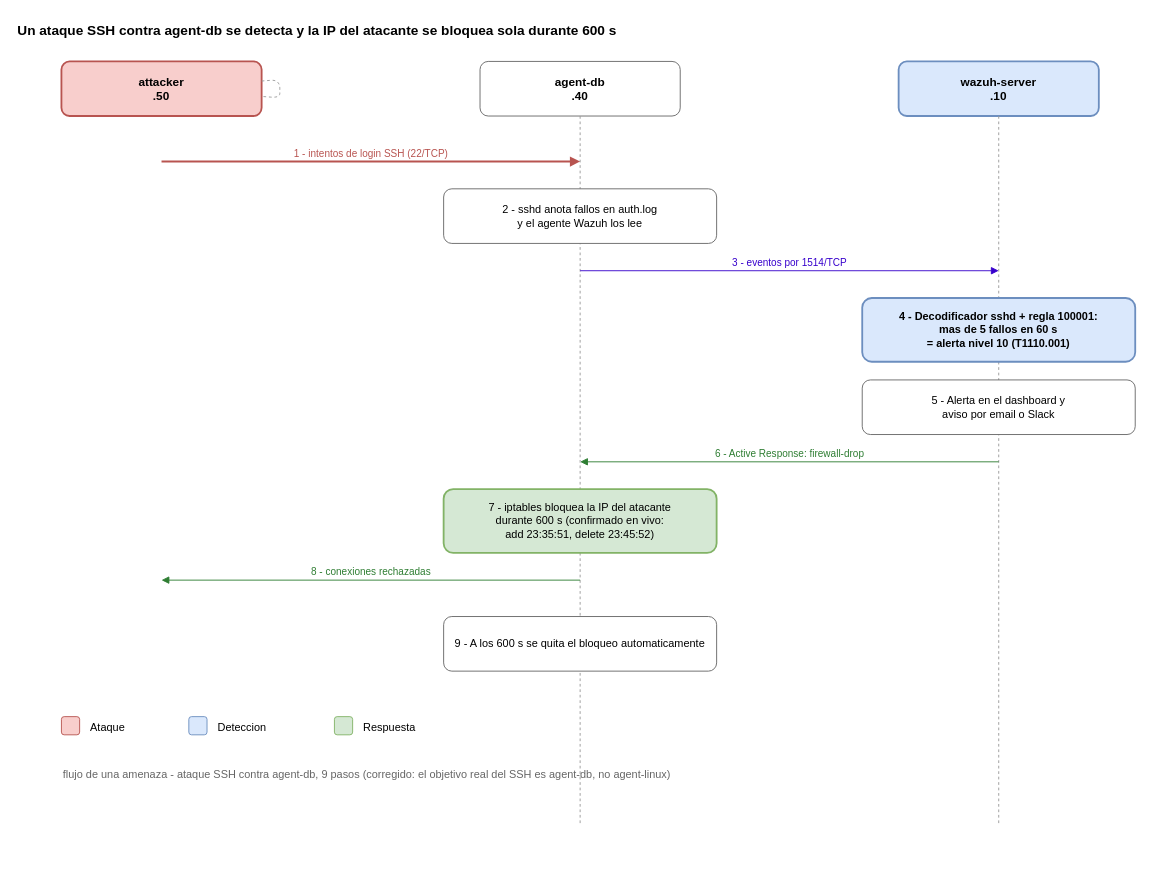
Before: diagramas/03_secuencia_ataque_ssh.drawio in KendallSN/Proyecto-Final-Seguridad_Informatica, a draw.io diagram. Source tidied: cells renumbered, new cells numbered last; positions are measured from the earlier drawing's top-left corner, leaving out a move shared by most shapes. Both pictures are drawn from the tidied source at 91%, with x=0, y=0 at pixel (15, 15).
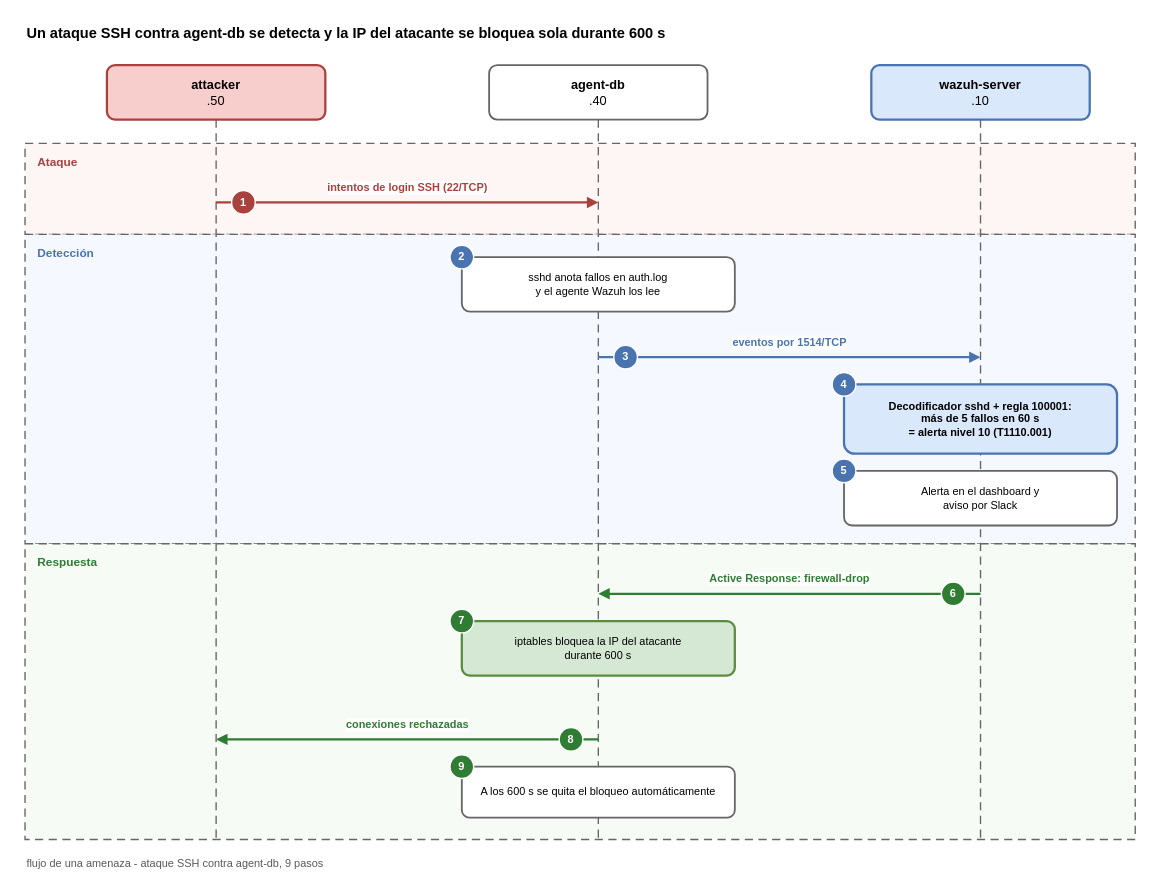
The same page after the edit.

Commit message (it also covers changes not shown here):
chore: consolidar diagramas y eliminar duplicados

What changed in the source:
```diff
@@
-    <mxCell id="2" value="Un ataque SSH contra agent-db se detecta y la IP del atacante se bloquea sola durante 600 s" style="text;html=1;align=left;fontStyle=1;fontSize=15;" parent="1" vertex="1">
-      <mxGeometry width="1100" height="30" as="geometry" />
+    <mxCell id="2" value="Un ataque SSH contra agent-db se detecta y la IP del atacante se bloquea sola durante 600 s" style="text;html=1;align=left;verticalAlign=middle;fontStyle=1;fontSize=16;" parent="1" vertex="1">
+      <mxGeometry x="10" y="4" width="1220" height="30" as="geometry" />
     </mxCell>
+    <mxCell id="19" value="Ataque" style="rounded=0;dashed=1;dashPattern=6 4;whiteSpace=wrap;html=1;strokeColor=#666666;strokeWidth=1.5;fillColor=#fdf6f5;verticalAlign=top;align=left;spacingLeft=12;spacingTop=6;fontStyle=1;fontSize=13;fontColor=#A8423E;" parent="1" vertex="1">
+      <mxGeometry x="10" y="140" width="1220" height="100" as="geometry" />
+    </mxCell>
+    <mxCell id="25" value="Detección" style="rounded=0;dashed=1;dashPattern=6 4;whiteSpace=wrap;html=1;strokeColor=#666666;strokeWidth=1.5;fillColor=#f5f9ff;verticalAlign=top;align=left;spacingLeft=12;spacingTop=6;fontStyle=1;fontSize=13;fontColor=#4A74B0;" parent="1" vertex="1">
+      <mxGeometry x="10" y="240" width="1220" height="340" as="geometry" />
+    </mxCell>
+    <mxCell id="23" value="Respuesta" style="rounded=0;dashed=1;dashPattern=6 4;whiteSpace=wrap;html=1;strokeColor=#666666;strokeWidth=1.5;fillColor=#f6fbf5;verticalAlign=top;align=left;spacingLeft=12;spacingTop=6;fontStyle=1;fontSize=13;fontColor=#2E7D32;" parent="1" vertex="1">
+      <mxGeometry x="10" y="580" width="1220" height="325" as="geometry" />
+    </mxCell>
-    <mxCell id="3" value="attacker&#10;.50" style="rounded=1;whiteSpace=wrap;html=1;fillColor=#f8cecc;strokeColor=#b85450;strokeWidth=2;fontSize=13;fontStyle=1;" parent="1" vertex="1">
-      <mxGeometry x="50" y="50" width="220" height="60" as="geometry" />
+    <mxCell id="3" value="&lt;b&gt;attacker&lt;/b&gt;&lt;br&gt;.50" style="rounded=1;whiteSpace=wrap;html=1;fillColor=#f8cecc;strokeColor=#A8423E;strokeWidth=2.5;fontSize=14;" parent="1" vertex="1">
+      <mxGeometry x="100" y="54" width="240" height="60" as="geometry" />
     </mxCell>
-    <mxCell id="4" value="agent-db&#10;.40" style="rounded=1;whiteSpace=wrap;html=1;fillColor=#ffffff;strokeColor=#666666;fontSize=13;fontStyle=1;" parent="1" vertex="1">
-      <mxGeometry x="510" y="50" width="220" height="60" as="geometry" />
+    <mxCell id="4" value="&lt;b&gt;agent-db&lt;/b&gt;&lt;br&gt;.40" style="rounded=1;whiteSpace=wrap;html=1;fillColor=#ffffff;strokeColor=#666666;strokeWidth=2;fontSize=14;" parent="1" vertex="1">
+      <mxGeometry x="520" y="54" width="240" height="60" as="geometry" />
     </mxCell>
-    <mxCell id="5" value="wazuh-server&#10;.10" style="rounded=1;whiteSpace=wrap;html=1;fillColor=#dae8fc;strokeColor=#6c8ebf;strokeWidth=2;fontSize=13;fontStyle=1;" parent="1" vertex="1">
-      <mxGeometry x="970" y="50" width="220" height="60" as="geometry" />
+    <mxCell id="5" value="&lt;b&gt;wazuh-server&lt;/b&gt;&lt;br&gt;.10" style="rounded=1;whiteSpace=wrap;html=1;fillColor=#dae8fc;strokeColor=#4A74B0;strokeWidth=2.5;fontSize=14;" parent="1" vertex="1">
+      <mxGeometry x="940" y="54" width="240" height="60" as="geometry" />
     </mxCell>
-    <mxCell id="6" style="endArrow=none;dashed=1;html=1;strokeColor=#999999;" parent="1" edge="1" source="3" target="3">
-      <mxGeometry relative="1" as="geometry" />
+    <mxCell id="6" style="endArrow=none;dashed=1;dashPattern=6 4;html=1;strokeColor=#666666;strokeWidth=1.5;" parent="1" edge="1">
+      <mxGeometry relative="1" as="geometry">
+        <mxPoint x="220" y="114" as="sourcePoint" />
+        <mxPoint x="220" y="905" as="targetPoint" />
+      </mxGeometry>
     </mxCell>
-    <mxCell id="7" style="endArrow=none;dashed=1;html=1;strokeColor=#999999;" parent="1" edge="1">
+    <mxCell id="7" style="endArrow=none;dashed=1;dashPattern=6 4;html=1;strokeColor=#666666;strokeWidth=1.5;" parent="1" edge="1">
       <mxGeometry relative="1" as="geometry">
-        <mxPoint x="620" y="110" as="sourcePoint" />
-        <mxPoint x="620" y="890" as="targetPoint" />
+        <mxPoint x="640" y="114" as="sourcePoint" />
+        <mxPoint x="640" y="905" as="targetPoint" />
       </mxGeometry>
     </mxCell>
-    <mxCell id="8" style="endArrow=none;dashed=1;html=1;strokeColor=#999999;" parent="1" edge="1">
+    <mxCell id="8" style="endArrow=none;dashed=1;dashPattern=6 4;html=1;strokeColor=#666666;strokeWidth=1.5;" parent="1" edge="1">
       <mxGeometry relative="1" as="geometry">
-        <mxPoint x="1080" y="110" as="sourcePoint" />
-        <mxPoint x="1080" y="890" as="targetPoint" />
+        <mxPoint x="1060" y="114" as="sourcePoint" />
+        <mxPoint x="1060" y="905" as="targetPoint" />
       </mxGeometry>
     </mxCell>
-    <mxCell id="9" value="1 - intentos de login SSH (22/TCP)" style="html=1;endArrow=block;html=1;strokeColor=#B85450;strokeWidth=2;fontColor=#B85450;align=center;verticalAlign=bottom;" parent="1" edge="1">
+    <mxCell id="9" value="intentos de login SSH (22/TCP)" style="html=1;rounded=0;endArrow=block;endFill=1;strokeColor=#A8423E;strokeWidth=2.5;fontSize=12;fontColor=#A8423E;fontStyle=1;" parent="1" edge="1">
       <mxGeometry relative="1" as="geometry">
-        <mxPoint x="160" y="160" as="sourcePoint" />
-        <mxPoint x="620" y="160" as="targetPoint" />
+        <mxPoint x="220" y="205" as="sourcePoint" />
+        <mxPoint x="640" y="205" as="targetPoint" />
+        <mxPoint y="-16" as="offset" />
       </mxGeometry>
     </mxCell>
+    <mxCell id="26" value="1" style="shape=ellipse;perimeter=ellipsePerimeter;whiteSpace=wrap;html=1;fillColor=#A8423E;strokeColor=#ffffff;strokeWidth=1.5;fontColor=#ffffff;fontStyle=1;fontSize=12;" parent="1" vertex="1">
+      <mxGeometry x="237" y="192" width="26" height="26" as="geometry" />
+    </mxCell>
-    <mxCell id="10" value="2 - sshd anota fallos en auth.log&#10;y el agente Wazuh los lee" style="rounded=1;whiteSpace=wrap;html=1;fillColor=#ffffff;strokeColor=#666666;fontSize=12;align=center;" parent="1" vertex="1">
-      <mxGeometry x="470" y="190" width="300" height="60" as="geometry" />
+    <mxCell id="10" value="sshd anota fallos en auth.log&lt;br&gt;y el agente Wazuh los lee" style="rounded=1;whiteSpace=wrap;html=1;fillColor=#ffffff;strokeColor=#666666;strokeWidth=2;fontSize=12;" parent="1" vertex="1">
+      <mxGeometry x="490" y="265" width="300" height="60" as="geometry" />
     </mxCell>
+    <mxCell id="27" value="2" style="shape=ellipse;perimeter=ellipsePerimeter;whiteSpace=wrap;html=1;fillColor=#4A74B0;strokeColor=#ffffff;strokeWidth=1.5;fontColor=#ffffff;fontStyle=1;fontSize=12;" parent="1" vertex="1">
+      <mxGeometry x="477" y="252" width="26" height="26" as="geometry" />
+    </mxCell>
-    <mxCell id="11" value="3 - eventos por 1514/TCP" style="html=1;endArrow=block;strokeColor=#3700CC;fontColor=#3700CC;align=center;verticalAlign=bottom;" parent="1" edge="1">
+    <mxCell id="11" value="eventos por 1514/TCP" style="html=1;rounded=0;endArrow=block;endFill=1;strokeColor=#4A74B0;strokeWidth=2.5;fontSize=12;fontColor=#4A74B0;fontStyle=1;" parent="1" edge="1">
       <mxGeometry relative="1" as="geometry">
-        <mxPoint x="620" y="280" as="sourcePoint" />
-        <mxPoint x="1080" y="280" as="targetPoint" />
+        <mxPoint x="640" y="375" as="sourcePoint" />
+        <mxPoint x="1060" y="375" as="targetPoint" />
+        <mxPoint y="-16" as="offset" />
       </mxGeometry>
     </mxCell>
+    <mxCell id="28" value="3" style="shape=ellipse;perimeter=ellipsePerimeter;whiteSpace=wrap;html=1;fillColor=#4A74B0;strokeColor=#ffffff;strokeWidth=1.5;fontColor=#ffffff;fontStyle=1;fontSize=12;" parent="1" vertex="1">
+      <mxGeometry x="657" y="362" width="26" height="26" as="geometry" />
+    </mxCell>
-    <mxCell id="12" value="4 - Decodificador sshd + regla 100001:&#10;mas de 5 fallos en 60 s&#10;= alerta nivel 10 (T1110.001)" style="rounded=1;whiteSpace=wrap;html=1;fillColor=#dae8fc;strokeColor=#6c8ebf;strokeWidth=2;fontSize=12;fontStyle=1;align=center;" parent="1" vertex="1">
-      <mxGeometry x="930" y="310" width="300" height="70" as="geometry" />
+    <mxCell id="12" value="Decodificador sshd + regla 100001:&lt;br&gt;más de 5 fallos en 60 s&lt;br&gt;= alerta nivel 10 (T1110.001)" style="rounded=1;whiteSpace=wrap;html=1;fillColor=#dae8fc;strokeColor=#4A74B0;strokeWidth=2.5;fontSize=12;fontStyle=1;" parent="1" vertex="1">
+      <mxGeometry x="910" y="405" width="300" height="76" as="geometry" />
     </mxCell>
+    <mxCell id="29" value="4" style="shape=ellipse;perimeter=ellipsePerimeter;whiteSpace=wrap;html=1;fillColor=#4A74B0;strokeColor=#ffffff;strokeWidth=1.5;fontColor=#ffffff;fontStyle=1;fontSize=12;" parent="1" vertex="1">
+      <mxGeometry x="897" y="392" width="26" height="26" as="geometry" />
+    </mxCell>
-    <mxCell id="13" value="5 - Alerta en el dashboard y&#10;aviso por email o Slack" style="rounded=1;whiteSpace=wrap;html=1;fillColor=#ffffff;strokeColor=#666666;fontSize=12;align=center;" parent="1" vertex="1">
-      <mxGeometry x="930" y="400" width="300" height="60" as="geometry" />
+    <mxCell id="13" value="Alerta en el dashboard y&lt;br&gt;aviso por Slack" style="rounded=1;whiteSpace=wrap;html=1;fillColor=#ffffff;strokeColor=#666666;strokeWidth=2;fontSize=12;" parent="1" vertex="1">
+      <mxGeometry x="910" y="500" width="300" height="60" as="geometry" />
     </mxCell>
+    <mxCell id="30" value="5" style="shape=ellipse;perimeter=ellipsePerimeter;whiteSpace=wrap;html=1;fillColor=#4A74B0;strokeColor=#ffffff;strokeWidth=1.5;fontColor=#ffffff;fontStyle=1;fontSize=12;" parent="1" vertex="1">
+      <mxGeometry x="897" y="487" width="26" height="26" as="geometry" />
+    </mxCell>
-    <mxCell id="14" value="6 - Active Response: firewall-drop" style="html=1;endArrow=block;strokeColor=#2E7D32;fontColor=#2E7D32;align=center;verticalAlign=bottom;" parent="1" edge="1">
+    <mxCell id="14" value="Active Response: firewall-drop" style="html=1;rounded=0;endArrow=block;endFill=1;strokeColor=#2E7D32;strokeWidth=2.5;fontSize=12;fontColor=#2E7D32;fontStyle=1;" parent="1" edge="1">
       <mxGeometry relative="1" as="geometry">
-        <mxPoint x="1080" y="490" as="sourcePoint" />
-        <mxPoint x="620" y="490" as="targetPoint" />
+        <mxPoint x="1060" y="635" as="sourcePoint" />
+        <mxPoint x="640" y="635" as="targetPoint" />
+        <mxPoint y="-16" as="offset" />
       </mxGeometry>
     </mxCell>
+    <mxCell id="31" value="6" style="shape=ellipse;perimeter=ellipsePerimeter;whiteSpace=wrap;html=1;fillColor=#2E7D32;strokeColor=#ffffff;strokeWidth=1.5;fontColor=#ffffff;fontStyle=1;fontSize=12;" parent="1" vertex="1">
+      <mxGeometry x="1017" y="622" width="26" height="26" as="geometry" />
+    </mxCell>
-    <mxCell id="15" value="7 - iptables bloquea la IP del atacante&#10;durante 600 s (confirmado en vivo:&#10;add 23:35:51, delete 23:45:52)" style="rounded=1;whiteSpace=wrap;html=1;fillColor=#d5e8d4;strokeColor=#82b366;strokeWidth=2;fontSize=12;align=center;" parent="1" vertex="1">
-      <mxGeometry x="470" y="520" width="300" height="70" as="geometry" />
+    <mxCell id="15" value="iptables bloquea la IP del atacante&lt;br&gt;durante 600 s" style="rounded=1;whiteSpace=wrap;html=1;fillColor=#d5e8d4;strokeColor=#5B8C3E;strokeWidth=2.5;fontSize=12;" parent="1" vertex="1">
+      <mxGeometry x="490" y="665" width="300" height="60" as="geometry" />
     </mxCell>
+    <mxCell id="32" value="7" style="shape=ellipse;perimeter=ellipsePerimeter;whiteSpace=wrap;html=1;fillColor=#2E7D32;strokeColor=#ffffff;strokeWidth=1.5;fontColor=#ffffff;fontStyle=1;fontSize=12;" parent="1" vertex="1">
+      <mxGeometry x="477" y="652" width="26" height="26" as="geometry" />
+    </mxCell>
-    <mxCell id="16" value="8 - conexiones rechazadas" style="html=1;endArrow=block;strokeColor=#2E7D32;fontColor=#2E7D32;align=center;verticalAlign=bottom;" parent="1" edge="1">
+    <mxCell id="16" value="conexiones rechazadas" style="html=1;rounded=0;endArrow=block;endFill=1;strokeColor=#2E7D32;strokeWidth=2.5;fontSize=12;fontColor=#2E7D32;fontStyle=1;" parent="1" edge="1">
       <mxGeometry relative="1" as="geometry">
-        <mxPoint x="620" y="620" as="sourcePoint" />
-        <mxPoint x="160" y="620" as="targetPoint" />
+        <mxPoint x="640" y="795" as="sourcePoint" />
+        <mxPoint x="220" y="795" as="targetPoint" />
+        <mxPoint y="-16" as="offset" />
       </mxGeometry>
     </mxCell>
+    <mxCell id="33" value="8" style="shape=ellipse;perimeter=ellipsePerimeter;whiteSpace=wrap;html=1;fillColor=#2E7D32;strokeColor=#ffffff;strokeWidth=1.5;fontColor=#ffffff;fontStyle=1;fontSize=12;" parent="1" vertex="1">
+      <mxGeometry x="597" y="782" width="26" height="26" as="geometry" />
+    </mxCell>
-    <mxCell id="17" value="9 - A los 600 s se quita el bloqueo automaticamente" style="rounded=1;whiteSpace=wrap;html=1;fillColor=#ffffff;strokeColor=#666666;fontSize=12;align=center;" parent="1" vertex="1">
-      <mxGeometry x="470" y="660" width="300" height="60" as="geometry" />
+    <mxCell id="17" value="A los 600 s se quita el bloqueo automáticamente" style="rounded=1;whiteSpace=wrap;html=1;fillColor=#ffffff;strokeColor=#666666;strokeWidth=2;fontSize=12;" parent="1" vertex="1">
+      <mxGeometry x="490" y="825" width="300" height="56" as="geometry" />
     </mxCell>
-    <mxCell id="18" style="rounded=1;whiteSpace=wrap;html=1;fillColor=#f8cecc;strokeColor=#b85450;" parent="1" vertex="1">
-      <mxGeometry x="50" y="770" width="20" height="20" as="geometry" />
-    </mxCell>
-    <mxCell id="19" value="Ataque" style="text;html=1;align=left;fontSize=12;" parent="1" vertex="1">
-      <mxGeometry x="80" y="768" width="100" height="24" as="geometry" />
-    </mxCell>
-    <mxCell id="20" style="rounded=1;whiteSpace=wrap;html=1;fillColor=#dae8fc;strokeColor=#6c8ebf;" parent="1" vertex="1">
-      <mxGeometry x="190" y="770" width="20" height="20" as="geometry" />
-    </mxCell>
-    <mxCell id="21" value="Deteccion" style="text;html=1;align=left;fontSize=12;" parent="1" vertex="1">
-      <mxGeometry x="220" y="768" width="120" height="24" as="geometry" />
-    </mxCell>
-    <mxCell id="22" style="rounded=1;whiteSpace=wrap;html=1;fillColor=#d5e8d4;strokeColor=#82b366;" parent="1" vertex="1">
-      <mxGeometry x="350" y="770" width="20" height="20" as="geometry" />
-    </mxCell>
-    <mxCell id="23" value="Respuesta" style="text;html=1;align=left;fontSize=12;" parent="1" vertex="1">
-      <mxGeometry x="380" y="768" width="120" height="24" as="geometry" />
-    </mxCell>
+    <mxCell id="34" value="9" style="shape=ellipse;perimeter=ellipsePerimeter;whiteSpace=wrap;html=1;fillColor=#2E7D32;strokeColor=#ffffff;strokeWidth=1.5;fontColor=#ffffff;fontStyle=1;fontSize=12;" parent="1" vertex="1">
+      <mxGeometry x="477" y="812" width="26" height="26" as="geometry" />
+    </mxCell>
-    <mxCell id="24" value="flujo de una amenaza - ataque SSH contra agent-db, 9 pasos (corregido: el objetivo real del SSH es agent-db, no agent-linux)" style="text;html=1;align=left;fontSize=12;fontColor=#666666;" parent="1" vertex="1">
-      <mxGeometry x="50" y="820" width="900" height="30" as="geometry" />
+    <mxCell id="24" value="flujo de una amenaza - ataque SSH contra agent-db, 9 pasos" style="text;html=1;align=left;verticalAlign=middle;fontSize=12;fontColor=#595959;" parent="1" vertex="1">
+      <mxGeometry x="10" y="920" width="800" height="24" as="geometry" />
     </mxCell>
```
